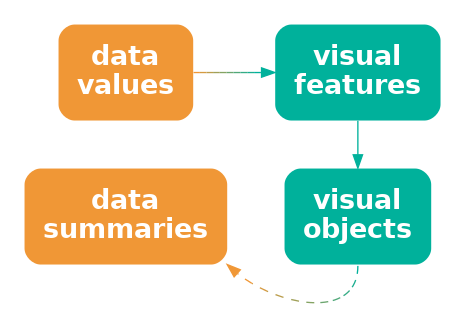
This is Diagrams/data-vis-obj.png from pmur002/hdvw, a Graphviz export, as it was before one commit. Its source is kept beside it as Diagrams/data-vis-obj.dot.
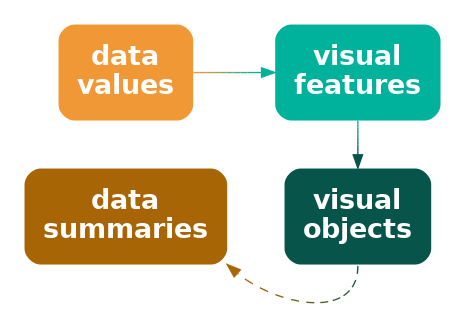
The same diagram one commit later.

What changed in the source:
```diff
@@ -2,14 +2,14 @@
   graph [ rankdir=LR; margin=.2; nodesep=.5 ];
   node [ fontsize=20; fontname="sans bold"; margin=.2 ];
   data [ label="data\nvalues"; shape=box; style="filled, rounded"; penwidth=0; fontcolor=white; fillcolor="#F09736" ]
-  stat [ label="data\nsummaries"; shape=box; style="filled, rounded"; penwidth=0; fontcolor=white; fillcolor="#F09736" ]
+  stat [ label="data\nsummaries"; shape=box; style="filled, rounded"; penwidth=0; fontcolor=white; fillcolor="#A86505" ]
   vis [ label="visual\nfeatures"; shape=box;
      style="filled, rounded"; penwidth=0; fontcolor=white; fillcolor="#00B19B" ]
   obj [ label="visual\nobjects"; shape=box;
-     style="filled, rounded"; penwidth=0; fontcolor=white; fillcolor="#00B19B" ]
+     style="filled, rounded"; penwidth=0; fontcolor=white; fillcolor="#07544A" ]
   data -> vis [ color="#F09736;0.1:#D59A41;0.1:#BB9D4C;0.1:#A0A058;0.1:#85A363;0.1:#6BA56E;0.1:#50A879;0.1:#35AB85;0.1:#1BAE90;0.1:#00B19B;0.1" ]
-  vis -> obj [ color="#00B19B" ]
-  obj:s -> stat:se [ style="dashed", color="#00B19B;0.1:#1BAE90;0.1:#35AB85;0.1:#50A879;0.1:#6BA56E;0.1:#85A363;0.1:#A0A058;0.1:#BB9D4C;0.1:#D59A41;0.1:#F09736;0.1" ]
+  vis -> obj [ color="#00B19B;0.1:#01A792;0.1:#029C89;0.1:#029280;0.1:#038877;0.1:#047D6E;0.1:#057365;0.1:#05695C;0.1:#065E53;0.1:#07544A;0.1" ]
+  obj:s -> stat:se [ style="dashed", color="#07544A;0.1:#195642;0.1:#2B583B;0.1:#3D5A33;0.1:#4F5C2B;0.1:#605D24;0.1:#725F1C;0.1:#846114;0.1:#96630D;0.1:#A86505;0.1" ]
 { rank=same; data, stat }
 { rank=same; vis, obj }
 }
```
